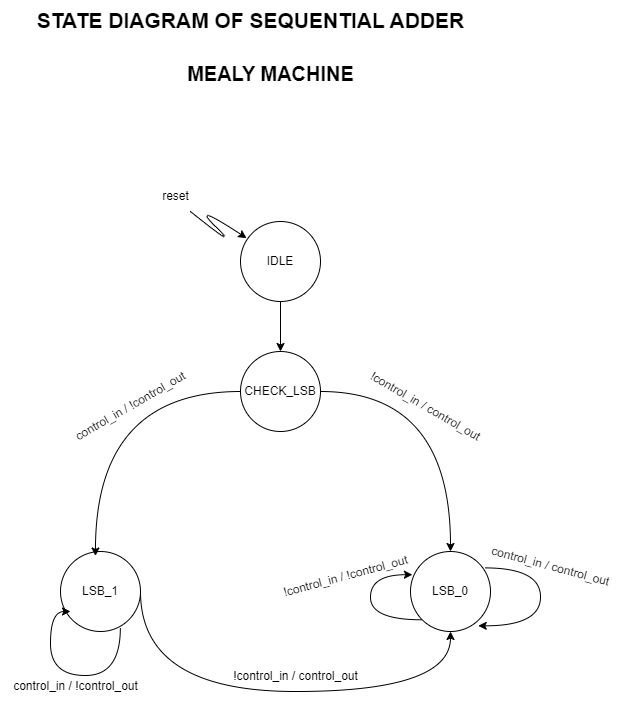
medsuet/Xcelerium-IC-Design-Training keeps this draw.io diagram as Ibrahim/src/sequential_logic/4bit_adder/docs/4bit_adder.drawio.png. Above is the earlier version. Source tidied: cells renumbered, new cells last; positions are measured from the earlier drawing's top-left corner, leaving out a move shared by most shapes. The source it was exported from:
```xml
<mxGraphModel>
  <root>
    <mxCell id="0" />
    <mxCell id="1" parent="0" />
    <mxCell id="2" value="&lt;b&gt;&lt;font style=&quot;font-size: 21px;&quot;&gt;STATE DIAGRAM OF SEQUENTIAL ADDER&lt;/font&gt;&lt;/b&gt;" style="text;html=1;align=center;verticalAlign=middle;strokeColor=none;fillColor=none;" parent="1" vertex="1">
      <mxGeometry x="25" width="450" height="40" as="geometry" />
    </mxCell>
    <mxCell id="3" value="&lt;b&gt;&lt;font style=&quot;font-size: 20px;&quot;&gt;MEALY MACHINE&lt;/font&gt;&lt;/b&gt;" style="text;html=1;align=center;verticalAlign=middle;strokeColor=none;fillColor=none;" parent="1" vertex="1">
      <mxGeometry x="175" y="53" width="190" height="40" as="geometry" />
    </mxCell>
    <mxCell id="4" style="edgeStyle=orthogonalEdgeStyle;rounded=0;jettySize=auto;html=1;exitX=1;exitY=0.5;exitDx=0;exitDy=0;curved=1;entryX=0.5;entryY=0;entryDx=0;entryDy=0;" parent="1" edge="1" source="5" target="8">
      <mxGeometry relative="1" as="geometry" />
    </mxCell>
    <mxCell id="5" value="CHECK_LSB" style="ellipse;whiteSpace=wrap;html=1;" parent="1" vertex="1">
      <mxGeometry x="240" y="351" width="80" height="80" as="geometry" />
    </mxCell>
    <mxCell id="6" style="edgeStyle=orthogonalEdgeStyle;rounded=0;orthogonalLoop=1;jettySize=auto;html=1;exitX=0.927;exitY=0.205;exitDx=0;exitDy=0;curved=1;exitPerimeter=0;entryX=0.847;entryY=0.929;entryDx=0;entryDy=0;entryPerimeter=0;" parent="1" edge="1" source="8" target="8">
      <mxGeometry relative="1" as="geometry">
        <Array as="points">
          <mxPoint x="540" y="567" />
          <mxPoint x="540" y="625" />
        </Array>
      </mxGeometry>
    </mxCell>
    <mxCell id="7" style="edgeStyle=orthogonalEdgeStyle;rounded=0;orthogonalLoop=1;jettySize=auto;html=1;exitX=0;exitY=1;exitDx=0;exitDy=0;curved=1;entryX=0.024;entryY=0.29;entryDx=0;entryDy=0;entryPerimeter=0;" parent="1" edge="1" source="8" target="8">
      <mxGeometry relative="1" as="geometry">
        <Array as="points">
          <mxPoint x="370" y="619" />
          <mxPoint x="370" y="574" />
        </Array>
      </mxGeometry>
    </mxCell>
    <mxCell id="8" value="LSB_0" style="ellipse;whiteSpace=wrap;html=1;" parent="1" vertex="1">
      <mxGeometry x="410" y="551" width="80" height="80" as="geometry" />
    </mxCell>
    <mxCell id="9" style="edgeStyle=orthogonalEdgeStyle;rounded=0;jettySize=auto;html=1;exitX=1;exitY=0.5;exitDx=0;exitDy=0;curved=1;entryX=0.5;entryY=1;entryDx=0;entryDy=0;" parent="1" edge="1" source="10" target="8">
      <mxGeometry relative="1" as="geometry">
        <Array as="points">
          <mxPoint x="140" y="691" />
          <mxPoint x="450" y="691" />
        </Array>
      </mxGeometry>
    </mxCell>
    <mxCell id="10" value="LSB_1" style="ellipse;whiteSpace=wrap;html=1;" parent="1" vertex="1">
      <mxGeometry x="60" y="551" width="80" height="80" as="geometry" />
    </mxCell>
    <mxCell id="11" style="edgeStyle=orthogonalEdgeStyle;rounded=0;jettySize=auto;html=1;exitX=0;exitY=0.5;exitDx=0;exitDy=0;entryX=0.437;entryY=0.056;entryDx=0;entryDy=0;entryPerimeter=0;curved=1;" parent="1" edge="1" source="5" target="10">
      <mxGeometry relative="1" as="geometry" />
    </mxCell>
    <mxCell id="12" style="edgeStyle=orthogonalEdgeStyle;rounded=0;orthogonalLoop=1;jettySize=auto;html=1;exitX=0.748;exitY=0.957;exitDx=0;exitDy=0;curved=1;exitPerimeter=0;entryX=0.125;entryY=0.75;entryDx=0;entryDy=0;entryPerimeter=0;" parent="1" edge="1" source="10" target="10">
      <mxGeometry relative="1" as="geometry">
        <Array as="points">
          <mxPoint x="120" y="675" />
          <mxPoint x="50" y="675" />
          <mxPoint x="50" y="611" />
        </Array>
      </mxGeometry>
    </mxCell>
    <mxCell id="13" style="curved=1;endArrow=classic;html=1;rounded=0;entryX=0.076;entryY=0.208;entryDx=0;entryDy=0;entryPerimeter=0;" parent="1" edge="1" target="22">
      <mxGeometry relative="1" as="geometry">
        <mxPoint x="190" y="211" as="sourcePoint" />
        <Array as="points">
          <mxPoint x="240" y="251" />
          <mxPoint x="190" y="201" />
        </Array>
      </mxGeometry>
    </mxCell>
    <mxCell id="14" value="reset" style="text;html=1;align=center;verticalAlign=middle;strokeColor=none;fillColor=none;" parent="1" vertex="1">
      <mxGeometry x="150" y="181" width="50" height="30" as="geometry" />
    </mxCell>
    <mxCell id="15" value="!control_in / control_out" style="text;html=1;align=center;verticalAlign=middle;strokeColor=none;fillColor=none;rotation=30;" parent="1" vertex="1">
      <mxGeometry x="350" y="391" width="150" height="30" as="geometry" />
    </mxCell>
    <mxCell id="16" value="control_in / control_out" style="text;html=1;align=center;verticalAlign=middle;strokeColor=none;fillColor=none;rotation=15;" parent="1" vertex="1">
      <mxGeometry x="480" y="551" width="140" height="30" as="geometry" />
    </mxCell>
    <mxCell id="17" value="!control_in / !control_out" style="text;html=1;align=center;verticalAlign=middle;strokeColor=none;fillColor=none;rotation=-15;" parent="1" vertex="1">
      <mxGeometry x="270" y="561" width="150" height="30" as="geometry" />
    </mxCell>
    <mxCell id="18" value="control_in / !control_out" style="text;html=1;align=center;verticalAlign=middle;strokeColor=none;fillColor=none;rotation=-30;" parent="1" vertex="1">
      <mxGeometry x="55" y="391" width="150" height="30" as="geometry" />
    </mxCell>
    <mxCell id="19" value="control_in / !control_out" style="text;html=1;align=center;verticalAlign=middle;strokeColor=none;fillColor=none;rotation=0;" parent="1" vertex="1">
      <mxGeometry y="671" width="150" height="30" as="geometry" />
    </mxCell>
    <mxCell id="20" value="!control_in / control_out" style="text;html=1;align=center;verticalAlign=middle;strokeColor=none;fillColor=none;rotation=0;" parent="1" vertex="1">
      <mxGeometry x="220" y="661" width="150" height="30" as="geometry" />
    </mxCell>
    <mxCell id="21" style="edgeStyle=orthogonalEdgeStyle;rounded=0;jettySize=auto;html=1;exitX=0.5;exitY=1;exitDx=0;exitDy=0;entryX=0.5;entryY=0;entryDx=0;entryDy=0;" parent="1" edge="1" source="22" target="5">
      <mxGeometry relative="1" as="geometry" />
    </mxCell>
    <mxCell id="22" value="IDLE" style="ellipse;whiteSpace=wrap;html=1;" parent="1" vertex="1">
      <mxGeometry x="240" y="221" width="80" height="80" as="geometry" />
    </mxCell>
  </root>
</mxGraphModel>
```
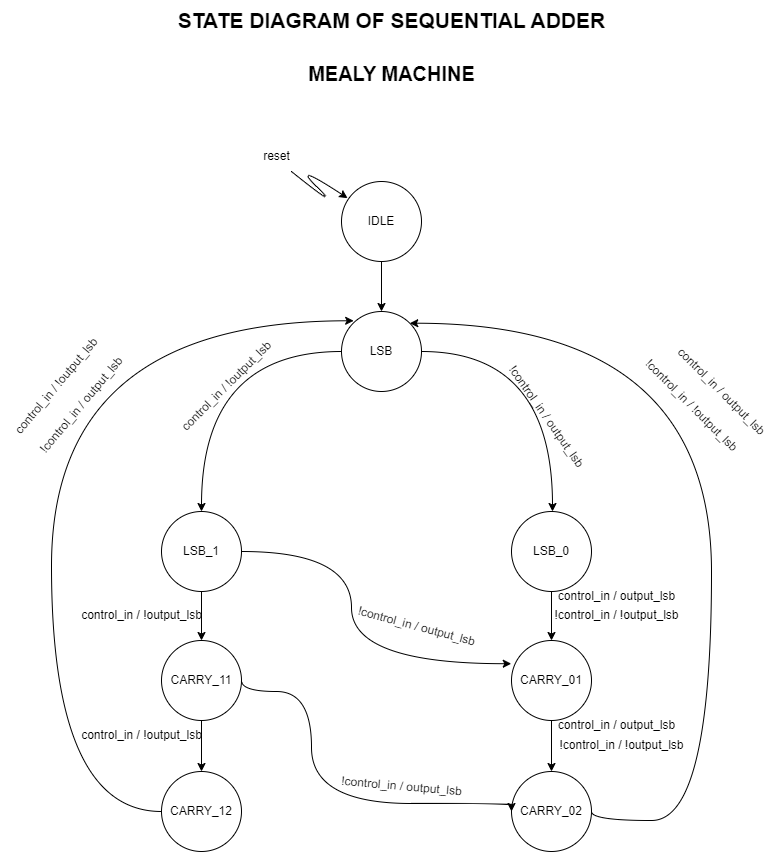
After the commit.

Commit message:
Modified 4bit_adder STG and code

Change to the diagram source:
```diff
@@ -3,59 +3,25 @@
     <mxCell id="0" />
     <mxCell id="1" parent="0" />
     <mxCell id="2" value="&lt;b&gt;&lt;font style=&quot;font-size: 21px;&quot;&gt;STATE DIAGRAM OF SEQUENTIAL ADDER&lt;/font&gt;&lt;/b&gt;" style="text;html=1;align=center;verticalAlign=middle;strokeColor=none;fillColor=none;" parent="1" vertex="1">
-      <mxGeometry x="25" width="450" height="40" as="geometry" />
+      <mxGeometry x="65" y="40" width="450" height="40" as="geometry" />
     </mxCell>
     <mxCell id="3" value="&lt;b&gt;&lt;font style=&quot;font-size: 20px;&quot;&gt;MEALY MACHINE&lt;/font&gt;&lt;/b&gt;" style="text;html=1;align=center;verticalAlign=middle;strokeColor=none;fillColor=none;" parent="1" vertex="1">
-      <mxGeometry x="175" y="53" width="190" height="40" as="geometry" />
+      <mxGeometry x="195" y="93" width="190" height="40" as="geometry" />
     </mxCell>
     <mxCell id="4" style="edgeStyle=orthogonalEdgeStyle;rounded=0;jettySize=auto;html=1;exitX=1;exitY=0.5;exitDx=0;exitDy=0;curved=1;entryX=0.5;entryY=0;entryDx=0;entryDy=0;" parent="1" edge="1" source="5" target="8">
-      <mxGeometry relative="1" as="geometry" />
+      <mxGeometry relative="1" as="geometry">
+        <Array as="points">
+          <mxPoint x="451" y="391" />
+          <mxPoint x="451" y="551" />
+        </Array>
+      </mxGeometry>
     </mxCell>
-    <mxCell id="5" value="CHECK_LSB" style="ellipse;whiteSpace=wrap;html=1;" parent="1" vertex="1">
+    <mxCell id="5" value="LSB" style="ellipse;whiteSpace=wrap;html=1;" parent="1" vertex="1">
       <mxGeometry x="240" y="351" width="80" height="80" as="geometry" />
     </mxCell>
-    <mxCell id="6" style="edgeStyle=orthogonalEdgeStyle;rounded=0;orthogonalLoop=1;jettySize=auto;html=1;exitX=0.927;exitY=0.205;exitDx=0;exitDy=0;curved=1;exitPerimeter=0;entryX=0.847;entryY=0.929;entryDx=0;entryDy=0;entryPerimeter=0;" parent="1" edge="1" source="8" target="8">
-      <mxGeometry relative="1" as="geometry">
-        <Array as="points">
-          <mxPoint x="540" y="567" />
-          <mxPoint x="540" y="625" />
-        </Array>
-      </mxGeometry>
-    </mxCell>
-    <mxCell id="7" style="edgeStyle=orthogonalEdgeStyle;rounded=0;orthogonalLoop=1;jettySize=auto;html=1;exitX=0;exitY=1;exitDx=0;exitDy=0;curved=1;entryX=0.024;entryY=0.29;entryDx=0;entryDy=0;entryPerimeter=0;" parent="1" edge="1" source="8" target="8">
-      <mxGeometry relative="1" as="geometry">
-        <Array as="points">
-          <mxPoint x="370" y="619" />
-          <mxPoint x="370" y="574" />
-        </Array>
-      </mxGeometry>
-    </mxCell>
-    <mxCell id="8" value="LSB_0" style="ellipse;whiteSpace=wrap;html=1;" parent="1" vertex="1">
-      <mxGeometry x="410" y="551" width="80" height="80" as="geometry" />
-    </mxCell>
-    <mxCell id="9" style="edgeStyle=orthogonalEdgeStyle;rounded=0;jettySize=auto;html=1;exitX=1;exitY=0.5;exitDx=0;exitDy=0;curved=1;entryX=0.5;entryY=1;entryDx=0;entryDy=0;" parent="1" edge="1" source="10" target="8">
-      <mxGeometry relative="1" as="geometry">
-        <Array as="points">
-          <mxPoint x="140" y="691" />
-          <mxPoint x="450" y="691" />
-        </Array>
-      </mxGeometry>
-    </mxCell>
-    <mxCell id="10" value="LSB_1" style="ellipse;whiteSpace=wrap;html=1;" parent="1" vertex="1">
-      <mxGeometry x="60" y="551" width="80" height="80" as="geometry" />
-    </mxCell>
-    <mxCell id="11" style="edgeStyle=orthogonalEdgeStyle;rounded=0;jettySize=auto;html=1;exitX=0;exitY=0.5;exitDx=0;exitDy=0;entryX=0.437;entryY=0.056;entryDx=0;entryDy=0;entryPerimeter=0;curved=1;" parent="1" edge="1" source="5" target="10">
+    <mxCell id="11" style="edgeStyle=orthogonalEdgeStyle;rounded=0;jettySize=auto;html=1;exitX=0;exitY=0.5;exitDx=0;exitDy=0;entryX=0.5;entryY=0;entryDx=0;entryDy=0;curved=1;" parent="1" edge="1" source="5" target="10">
       <mxGeometry relative="1" as="geometry" />
     </mxCell>
-    <mxCell id="12" style="edgeStyle=orthogonalEdgeStyle;rounded=0;orthogonalLoop=1;jettySize=auto;html=1;exitX=0.748;exitY=0.957;exitDx=0;exitDy=0;curved=1;exitPerimeter=0;entryX=0.125;entryY=0.75;entryDx=0;entryDy=0;entryPerimeter=0;" parent="1" edge="1" source="10" target="10">
-      <mxGeometry relative="1" as="geometry">
-        <Array as="points">
-          <mxPoint x="120" y="675" />
-          <mxPoint x="50" y="675" />
-          <mxPoint x="50" y="611" />
-        </Array>
-      </mxGeometry>
-    </mxCell>
     <mxCell id="13" style="curved=1;endArrow=classic;html=1;rounded=0;entryX=0.076;entryY=0.208;entryDx=0;entryDy=0;entryPerimeter=0;" parent="1" edge="1" target="22">
       <mxGeometry relative="1" as="geometry">
         <mxPoint x="190" y="211" as="sourcePoint" />
@@ -68,29 +34,118 @@
     <mxCell id="14" value="reset" style="text;html=1;align=center;verticalAlign=middle;strokeColor=none;fillColor=none;" parent="1" vertex="1">
       <mxGeometry x="150" y="181" width="50" height="30" as="geometry" />
     </mxCell>
-    <mxCell id="15" value="!control_in / control_out" style="text;html=1;align=center;verticalAlign=middle;strokeColor=none;fillColor=none;rotation=30;" parent="1" vertex="1">
-      <mxGeometry x="350" y="391" width="150" height="30" as="geometry" />
+    <mxCell id="15" value="!control_in / output_lsb" style="text;html=1;align=center;verticalAlign=middle;strokeColor=none;fillColor=none;rotation=55;" parent="1" vertex="1">
+      <mxGeometry x="375" y="441" width="140" height="30" as="geometry" />
     </mxCell>
-    <mxCell id="16" value="control_in / control_out" style="text;html=1;align=center;verticalAlign=middle;strokeColor=none;fillColor=none;rotation=15;" parent="1" vertex="1">
-      <mxGeometry x="480" y="551" width="140" height="30" as="geometry" />
-    </mxCell>
-    <mxCell id="17" value="!control_in / !control_out" style="text;html=1;align=center;verticalAlign=middle;strokeColor=none;fillColor=none;rotation=-15;" parent="1" vertex="1">
-      <mxGeometry x="270" y="561" width="150" height="30" as="geometry" />
-    </mxCell>
-    <mxCell id="18" value="control_in / !control_out" style="text;html=1;align=center;verticalAlign=middle;strokeColor=none;fillColor=none;rotation=-30;" parent="1" vertex="1">
-      <mxGeometry x="55" y="391" width="150" height="30" as="geometry" />
+    <mxCell id="18" value="control_in / !output_lsb" style="text;html=1;align=center;verticalAlign=middle;strokeColor=none;fillColor=none;rotation=-45;" parent="1" vertex="1">
+      <mxGeometry x="55" y="411" width="140" height="30" as="geometry" />
     </mxCell>
-    <mxCell id="19" value="control_in / !control_out" style="text;html=1;align=center;verticalAlign=middle;strokeColor=none;fillColor=none;rotation=0;" parent="1" vertex="1">
-      <mxGeometry y="671" width="150" height="30" as="geometry" />
-    </mxCell>
-    <mxCell id="20" value="!control_in / control_out" style="text;html=1;align=center;verticalAlign=middle;strokeColor=none;fillColor=none;rotation=0;" parent="1" vertex="1">
-      <mxGeometry x="220" y="661" width="150" height="30" as="geometry" />
-    </mxCell>
     <mxCell id="21" style="edgeStyle=orthogonalEdgeStyle;rounded=0;jettySize=auto;html=1;exitX=0.5;exitY=1;exitDx=0;exitDy=0;entryX=0.5;entryY=0;entryDx=0;entryDy=0;" parent="1" edge="1" source="22" target="5">
       <mxGeometry relative="1" as="geometry" />
     </mxCell>
     <mxCell id="22" value="IDLE" style="ellipse;whiteSpace=wrap;html=1;" parent="1" vertex="1">
       <mxGeometry x="240" y="221" width="80" height="80" as="geometry" />
     </mxCell>
+    <mxCell id="23" style="edgeStyle=orthogonalEdgeStyle;rounded=0;jettySize=auto;html=1;exitX=0.5;exitY=1;exitDx=0;exitDy=0;entryX=0.5;entryY=0;entryDx=0;entryDy=0;" parent="1" edge="1" source="8" target="28">
+      <mxGeometry relative="1" as="geometry" />
+    </mxCell>
+    <mxCell id="8" value="LSB_0" style="ellipse;whiteSpace=wrap;html=1;" parent="1" vertex="1">
+      <mxGeometry x="410" y="551" width="80" height="80" as="geometry" />
+    </mxCell>
+    <mxCell id="24" style="edgeStyle=orthogonalEdgeStyle;rounded=0;jettySize=auto;html=1;exitX=0.5;exitY=1;exitDx=0;exitDy=0;entryX=0.5;entryY=0;entryDx=0;entryDy=0;" parent="1" edge="1" source="10" target="26">
+      <mxGeometry relative="1" as="geometry" />
+    </mxCell>
+    <mxCell id="10" value="LSB_1" style="ellipse;whiteSpace=wrap;html=1;" parent="1" vertex="1">
+      <mxGeometry x="60" y="551" width="80" height="80" as="geometry" />
+    </mxCell>
+    <mxCell id="25" style="edgeStyle=orthogonalEdgeStyle;rounded=0;jettySize=auto;html=1;exitX=0.5;exitY=1;exitDx=0;exitDy=0;entryX=0.5;entryY=0;entryDx=0;entryDy=0;" parent="1" edge="1" source="26" target="32">
+      <mxGeometry relative="1" as="geometry" />
+    </mxCell>
+    <mxCell id="26" value="CARRY_11" style="ellipse;whiteSpace=wrap;html=1;" parent="1" vertex="1">
+      <mxGeometry x="60" y="680" width="80" height="80" as="geometry" />
+    </mxCell>
+    <mxCell id="27" style="edgeStyle=orthogonalEdgeStyle;rounded=0;jettySize=auto;html=1;exitX=0.5;exitY=1;exitDx=0;exitDy=0;entryX=0.5;entryY=0;entryDx=0;entryDy=0;" parent="1" edge="1" source="28" target="30">
+      <mxGeometry relative="1" as="geometry" />
+    </mxCell>
+    <mxCell id="28" value="CARRY_01" style="ellipse;whiteSpace=wrap;html=1;" parent="1" vertex="1">
+      <mxGeometry x="410" y="680" width="80" height="80" as="geometry" />
+    </mxCell>
+    <mxCell id="29" style="edgeStyle=orthogonalEdgeStyle;rounded=0;jettySize=auto;html=1;exitX=1;exitY=0.5;exitDx=0;exitDy=0;curved=1;entryX=1;entryY=0;entryDx=0;entryDy=0;" parent="1" edge="1" source="30" target="5">
+      <mxGeometry relative="1" as="geometry">
+        <Array as="points">
+          <mxPoint x="490" y="860" />
+          <mxPoint x="610" y="860" />
+          <mxPoint x="610" y="363" />
+        </Array>
+      </mxGeometry>
+    </mxCell>
+    <mxCell id="30" value="CARRY_02" style="ellipse;whiteSpace=wrap;html=1;" parent="1" vertex="1">
+      <mxGeometry x="410" y="811" width="80" height="80" as="geometry" />
+    </mxCell>
+    <mxCell id="31" style="edgeStyle=orthogonalEdgeStyle;rounded=0;jettySize=auto;html=1;exitX=0;exitY=0.5;exitDx=0;exitDy=0;curved=1;entryX=0.152;entryY=0.116;entryDx=0;entryDy=0;entryPerimeter=0;" parent="1" edge="1" source="32" target="5">
+      <mxGeometry relative="1" as="geometry">
+        <Array as="points">
+          <mxPoint x="-50" y="851" />
+          <mxPoint x="-50" y="360" />
+        </Array>
+      </mxGeometry>
+    </mxCell>
+    <mxCell id="32" value="CARRY_12" style="ellipse;whiteSpace=wrap;html=1;" parent="1" vertex="1">
+      <mxGeometry x="60" y="811" width="80" height="80" as="geometry" />
+    </mxCell>
+    <mxCell id="33" style="edgeStyle=orthogonalEdgeStyle;rounded=0;jettySize=auto;html=1;exitX=1;exitY=0.5;exitDx=0;exitDy=0;entryX=-0.003;entryY=0.29;entryDx=0;entryDy=0;entryPerimeter=0;curved=1;" parent="1" edge="1" source="10" target="28">
+      <mxGeometry relative="1" as="geometry">
+        <Array as="points">
+          <mxPoint x="250" y="591" />
+          <mxPoint x="250" y="703" />
+        </Array>
+      </mxGeometry>
+    </mxCell>
+    <mxCell id="34" style="edgeStyle=orthogonalEdgeStyle;rounded=0;jettySize=auto;html=1;exitX=1;exitY=0.5;exitDx=0;exitDy=0;entryX=0;entryY=0.5;entryDx=0;entryDy=0;curved=1;" parent="1" edge="1" source="26" target="30">
+      <mxGeometry relative="1" as="geometry">
+        <Array as="points">
+          <mxPoint x="140" y="731" />
+          <mxPoint x="210" y="731" />
+          <mxPoint x="210" y="843" />
+          <mxPoint x="410" y="843" />
+        </Array>
+      </mxGeometry>
+    </mxCell>
+    <mxCell id="35" value="!control_in / output_lsb" style="text;html=1;align=center;verticalAlign=middle;strokeColor=none;fillColor=none;rotation=15;" parent="1" vertex="1">
+      <mxGeometry x="245" y="651" width="140" height="30" as="geometry" />
+    </mxCell>
+    <mxCell id="36" value="!control_in / output_lsb" style="text;html=1;align=center;verticalAlign=middle;strokeColor=none;fillColor=none;rotation=5;" parent="1" vertex="1">
+      <mxGeometry x="230" y="811" width="140" height="30" as="geometry" />
+    </mxCell>
+    <mxCell id="37" value="control_in / !output_lsb" style="text;html=1;align=center;verticalAlign=middle;strokeColor=none;fillColor=none;rotation=0;" parent="1" vertex="1">
+      <mxGeometry x="-30" y="640" width="140" height="30" as="geometry" />
+    </mxCell>
+    <mxCell id="38" value="control_in / !output_lsb" style="text;html=1;align=center;verticalAlign=middle;strokeColor=none;fillColor=none;rotation=0;" parent="1" vertex="1">
+      <mxGeometry x="-30" y="760" width="140" height="30" as="geometry" />
+    </mxCell>
+    <mxCell id="39" value="control_in / output_lsb" style="text;html=1;align=center;verticalAlign=middle;strokeColor=none;fillColor=none;rotation=0;" parent="1" vertex="1">
+      <mxGeometry x="445" y="621" width="140" height="30" as="geometry" />
+    </mxCell>
+    <mxCell id="40" value="control_in / output_lsb" style="text;html=1;align=center;verticalAlign=middle;strokeColor=none;fillColor=none;rotation=0;" parent="1" vertex="1">
+      <mxGeometry x="445" y="750" width="140" height="30" as="geometry" />
+    </mxCell>
+    <mxCell id="41" value="!control_in / !output_lsb" style="text;html=1;align=center;verticalAlign=middle;strokeColor=none;fillColor=none;rotation=0;" parent="1" vertex="1">
+      <mxGeometry x="440" y="640" width="150" height="30" as="geometry" />
+    </mxCell>
+    <mxCell id="42" value="!control_in / !output_lsb" style="text;html=1;align=center;verticalAlign=middle;strokeColor=none;fillColor=none;rotation=0;" parent="1" vertex="1">
+      <mxGeometry x="445" y="770" width="150" height="30" as="geometry" />
+    </mxCell>
+    <mxCell id="43" value="control_in / output_lsb" style="text;html=1;align=center;verticalAlign=middle;strokeColor=none;fillColor=none;rotation=45;" parent="1" vertex="1">
+      <mxGeometry x="550" y="416" width="140" height="30" as="geometry" />
+    </mxCell>
+    <mxCell id="44" value="!control_in / !output_lsb" style="text;html=1;align=center;verticalAlign=middle;strokeColor=none;fillColor=none;rotation=45;" parent="1" vertex="1">
+      <mxGeometry x="515" y="430" width="150" height="30" as="geometry" />
+    </mxCell>
+    <mxCell id="45" value="control_in / !output_lsb" style="text;html=1;align=center;verticalAlign=middle;strokeColor=none;fillColor=none;rotation=-50;" parent="1" vertex="1">
+      <mxGeometry x="-115" y="411" width="140" height="30" as="geometry" />
+    </mxCell>
+    <mxCell id="46" value="!control_in / output_lsb" style="text;html=1;align=center;verticalAlign=middle;strokeColor=none;fillColor=none;rotation=-50;" parent="1" vertex="1">
+      <mxGeometry x="-90" y="430" width="140" height="30" as="geometry" />
+    </mxCell>
   </root>
 </mxGraphModel>
```
